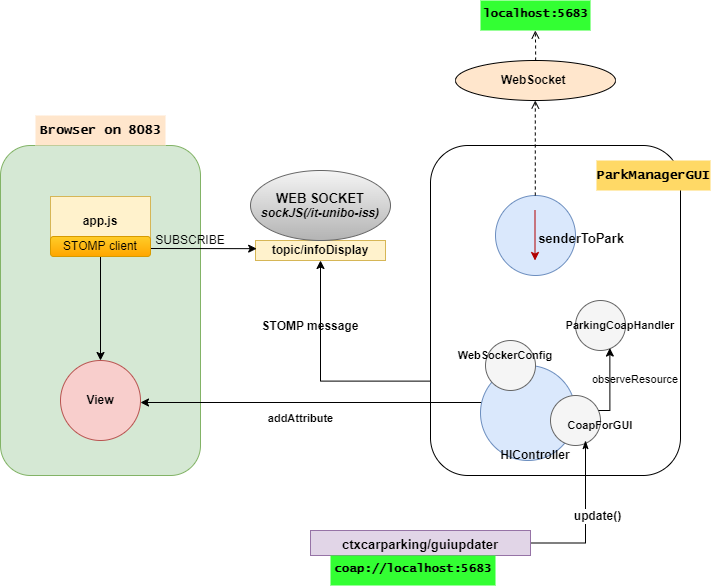
Above: Iss-Project-Sprint4/Sprint4/userDocs/img/managerGUI.png in dbattaglia97/Iss_Project_2021 (draw.io), before the change. Source tidied: cells renumbered, new cells last; positions are measured from the earlier drawing's top-left corner, leaving out a move shared by most shapes.
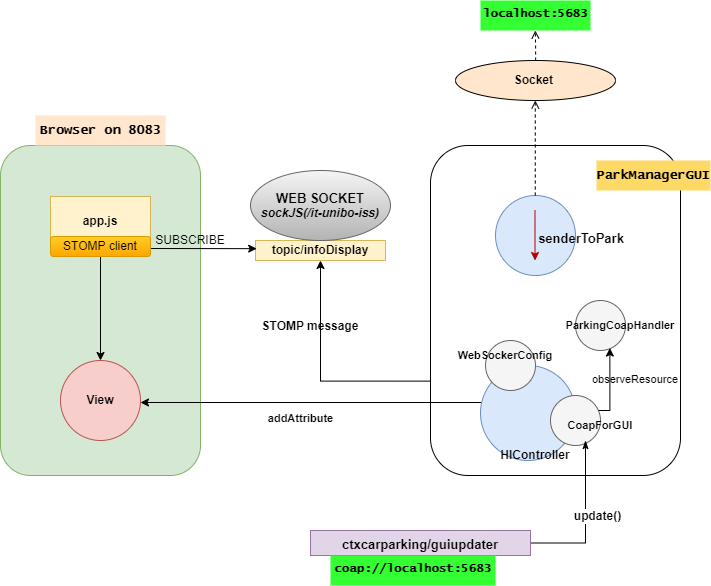
Above is the later version.

What changed in the source:
```diff
@@ -68,7 +68,7 @@
     <mxCell id="19" style="ellipse;labelBackgroundColor=none;fontFamily=Helvetica;fontSize=11;fontColor=#333333;fontStyle=1;fillColor=#f5f5f5;strokeColor=#666666;" parent="1" vertex="1">
       <mxGeometry x="550" y="395" width="50" height="50" as="geometry" />
     </mxCell>
-    <mxCell id="20" value="&lt;b style=&quot;font-size: 12px&quot;&gt;WebSocket&amp;nbsp;&lt;br&gt;&lt;/b&gt;" style="ellipse;whiteSpace=wrap;html=1;labelBackgroundColor=none;fontFamily=Helvetica;fontSize=11;fontColor=default;fillColor=#FFE6CC;" parent="1" vertex="1">
+    <mxCell id="20" value="&lt;b style=&quot;font-size: 12px&quot;&gt;Socket&amp;nbsp;&lt;br&gt;&lt;/b&gt;" style="ellipse;whiteSpace=wrap;html=1;labelBackgroundColor=none;fontFamily=Helvetica;fontSize=11;fontColor=default;fillColor=#FFE6CC;" parent="1" vertex="1">
       <mxGeometry x="455" y="60" width="160" height="40" as="geometry" />
     </mxCell>
     <mxCell id="21" value="localhost:5683" style="text;whiteSpace=wrap;fontSize=12;fontFamily=Lucida Console;fontColor=default;align=center;fillColor=#33FF33;fontStyle=1;" parent="1" vertex="1">
```
